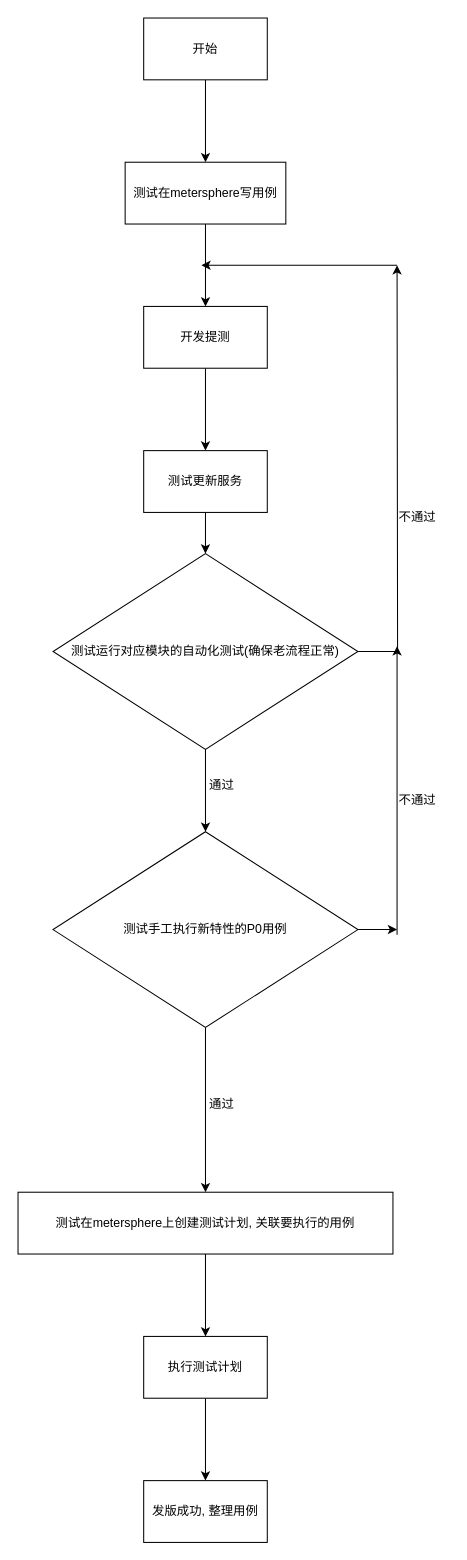
Earlier version of the draw.io diagram 未命名绘图.drawio (fzmdev/draw_backup). Source tidied: cells renumbered, new cells numbered last; positions are measured from the earlier drawing's top-left corner, leaving out a move shared by most shapes. Both pictures are drawn from the tidied source at 103%, with x=0, y=0 at pixel (18, 18).
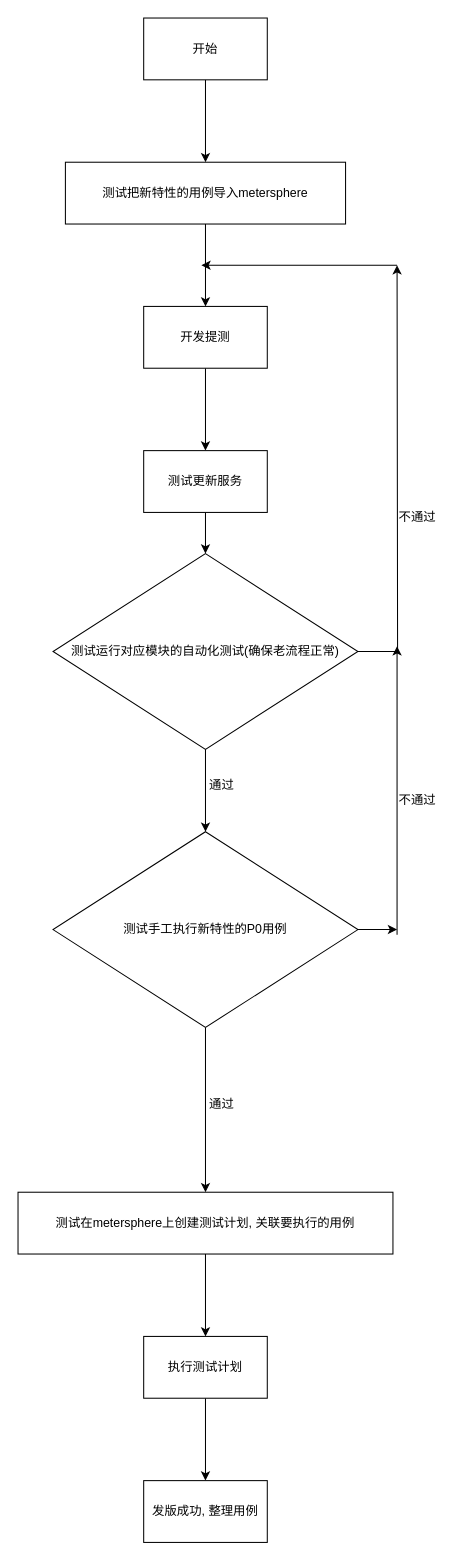
The same page after the edit.

Commit message:
更新未命名绘图.drawio

Diff of the diagram source:
```diff
@@
-    <mxCell id="10" value="测试在metersphere写用例" style="rounded=0;whiteSpace=wrap;html=1;" parent="1" vertex="1">
-      <mxGeometry x="104" y="140" width="156" height="60" as="geometry" />
+    <mxCell id="10" value="测试把新特性的用例导入metersphere" style="rounded=0;whiteSpace=wrap;html=1;" parent="1" vertex="1">
+      <mxGeometry x="46" y="140" width="272" height="60" as="geometry" />
     </mxCell>
```
